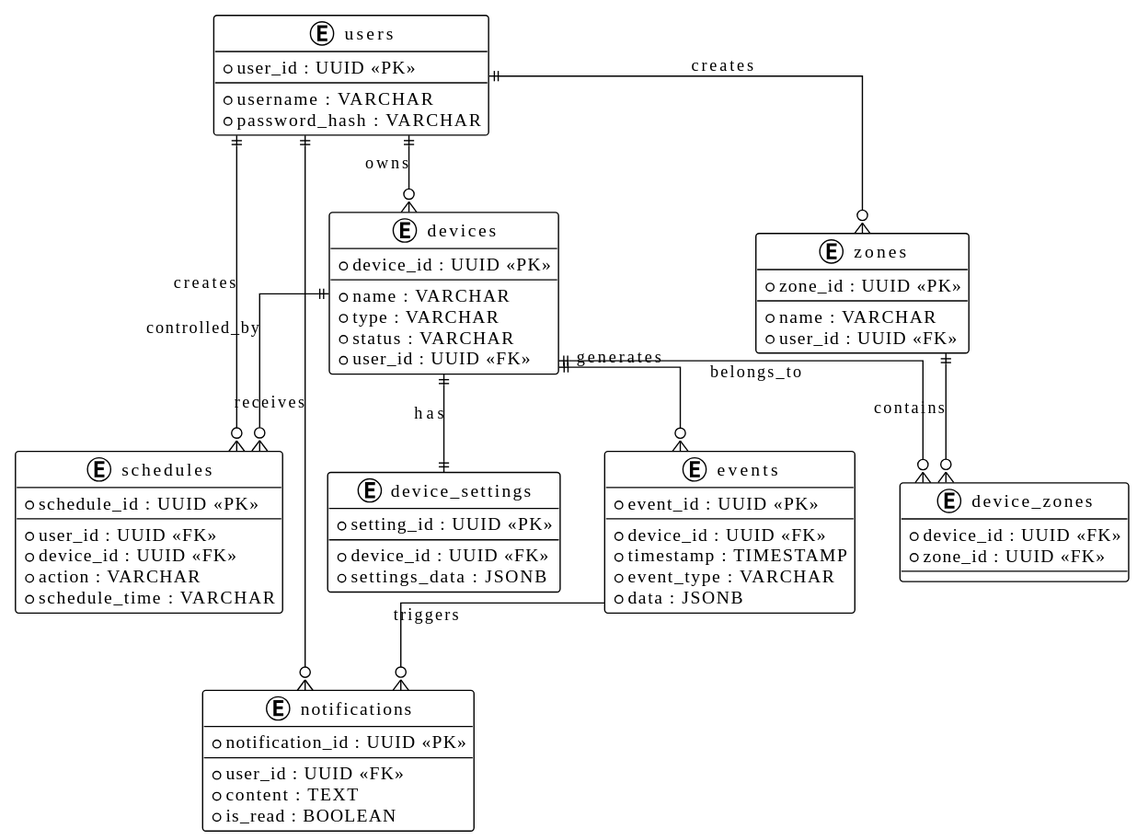
Before: docs/architecture/microservices/entity_relationship.svg, a diagram exported from PlantUML (Naumov1889/architecture-sprint-3).
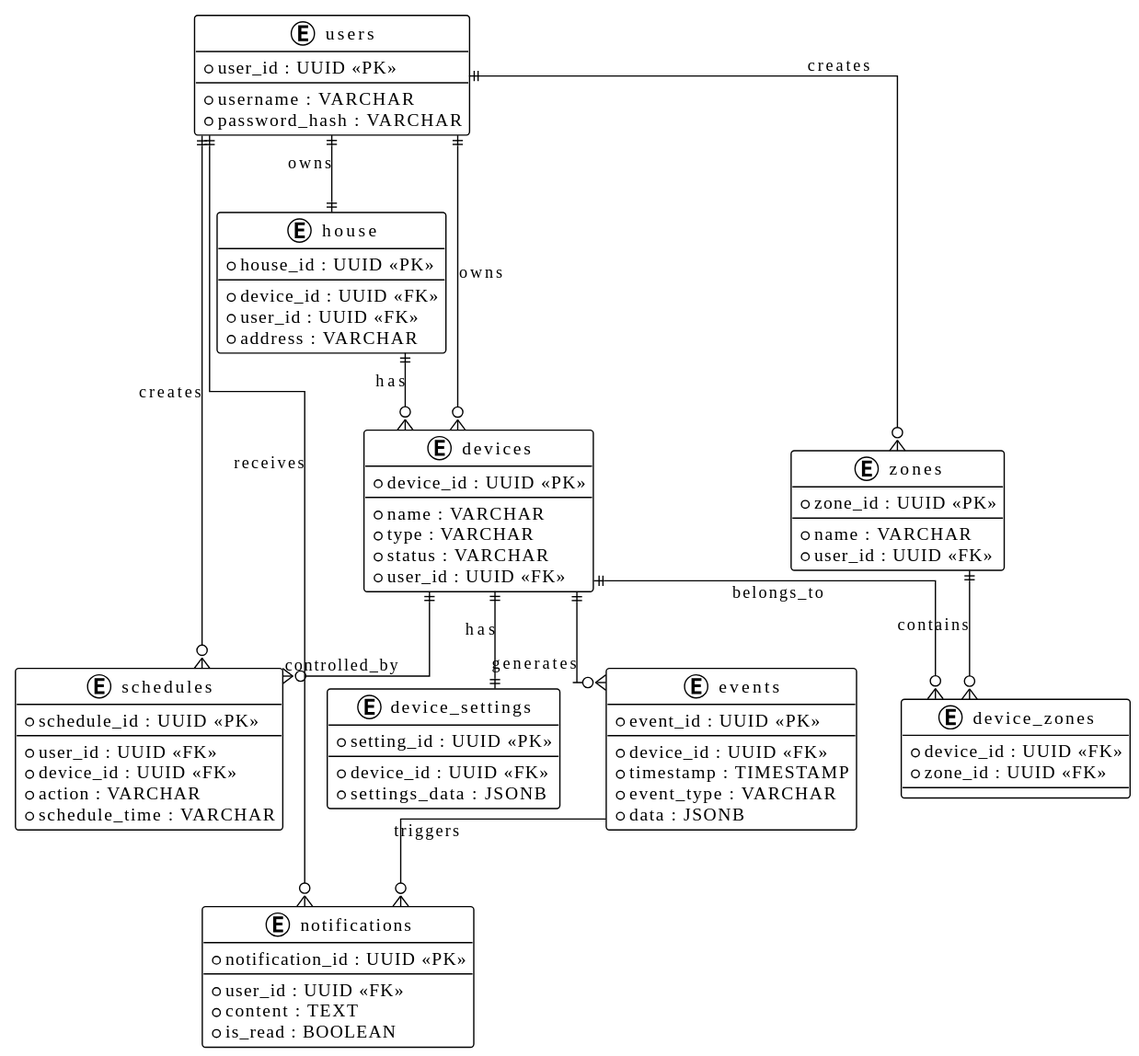
After the commit.

Change to the diagram source:
```diff
@@ -63,6 +63,14 @@
   *zone_id : UUID <<FK>>
 }
 
+entity "house" as house {
+  *house_id : UUID <<PK>>
+  --
+  *device_id : UUID <<FK>>
+  *user_id : UUID <<FK>>
+  *address : VARCHAR
+}
+
 users ||--o{ devices : owns
 devices ||--o{ events : generates
 devices ||--|| settings : has
@@ -73,4 +81,6 @@
 users ||--o{ zones : creates
 zones ||--o{ device_zones : contains
 devices ||--o{ device_zones : belongs_to
+users ||--|| house : owns
+house ||--o{ devices : has
 @enduml
```
